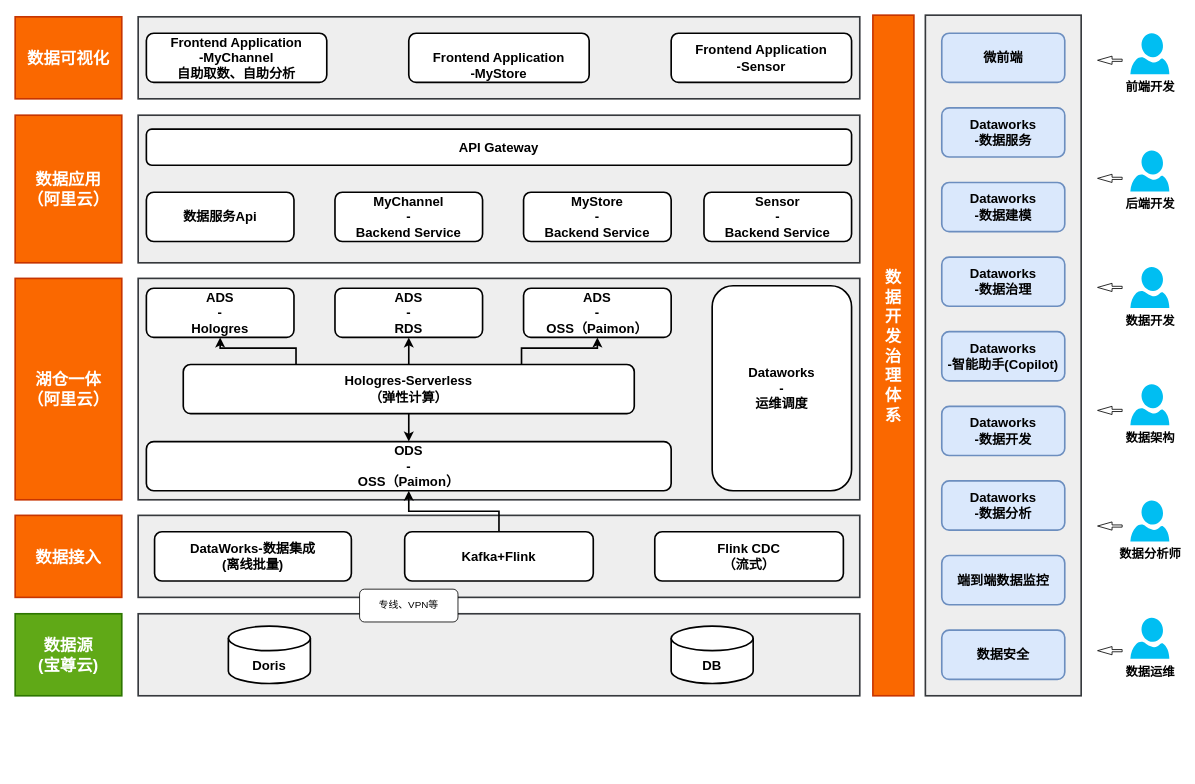
jackie-thank/beego-authz keeps this draw.io diagram as page "第 13 页" (13 of 13) of indicator-platform.drawio. Above is the earlier version. Source tidied: cells renumbered, new cells numbered last; positions are measured from the earlier drawing's top-left corner, leaving out a move shared by most shapes. Both pictures are drawn from the tidied source at 82%, with x=0, y=0 at pixel (15, 15).
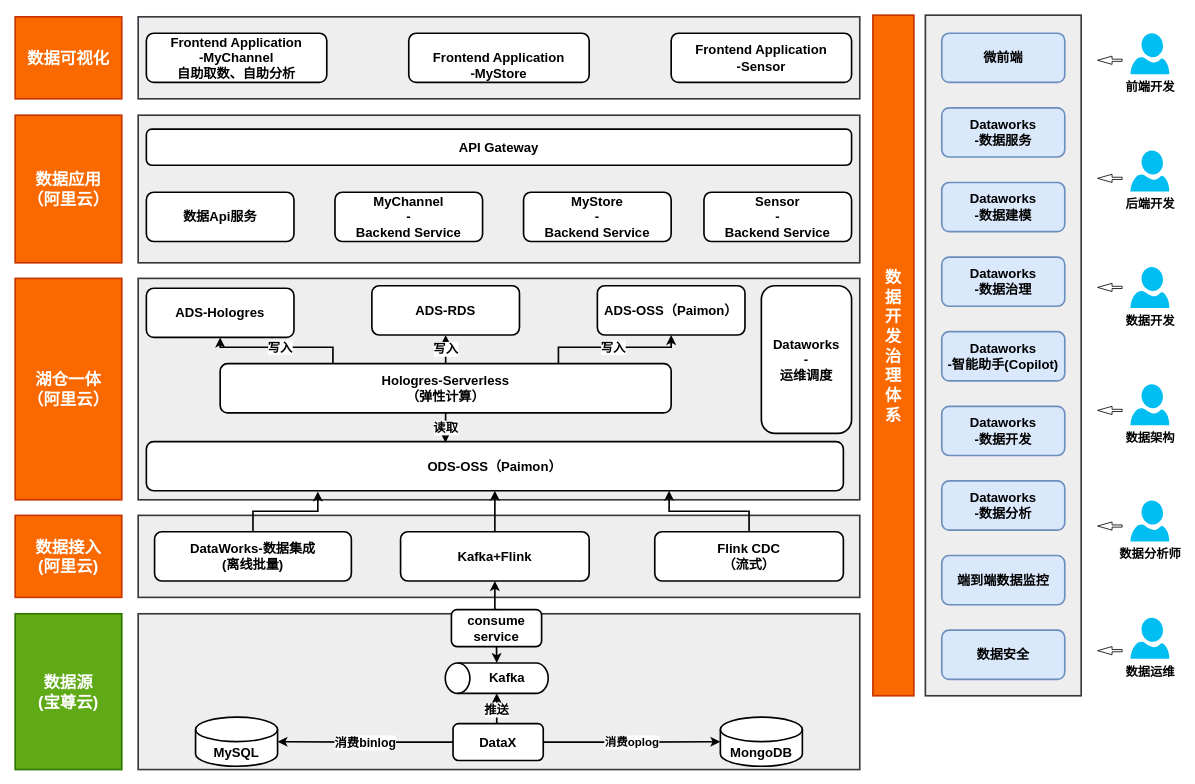
Above is the later version.

The change refers to these unchanged cells:
```xml
<mxCell id="25" value="&lt;div&gt;Flink CDC&lt;/div&gt;&lt;div&gt;（流式）&lt;br&gt;&lt;/div&gt;" style="rounded=1;whiteSpace=wrap;html=1;strokeWidth=2;fontSize=16;fontStyle=1;" parent="1" vertex="1">
  <mxGeometry x="780" y="630" width="230" height="60" as="geometry" />
</mxCell>
<mxCell id="27" value="&lt;div&gt;DataWorks-数据集成&lt;/div&gt;&lt;div&gt;(离线批量)&lt;br&gt;&lt;/div&gt;" style="rounded=1;whiteSpace=wrap;html=1;strokeWidth=2;fontSize=16;fontStyle=1;" parent="1" vertex="1">
  <mxGeometry x="170" y="630" width="240" height="60" as="geometry" />
</mxCell>
```

The edit, as a diff of the source:
```diff
@@
     <mxCell id="4" style="rounded=0;whiteSpace=wrap;html=1;strokeWidth=2;fillColor=#eeeeee;strokeColor=#36393d;" parent="1" vertex="1">
-      <mxGeometry x="150" y="730" width="880" height="100" as="geometry" />
+      <mxGeometry x="150" y="730" width="880" height="190" as="geometry" />
     </mxCell>
@@
-    <mxCell id="6" value="&lt;div&gt;ODS&lt;/div&gt;&lt;div&gt;-&lt;/div&gt;&lt;div&gt;OSS（Paimon）&lt;/div&gt;" style="rounded=1;whiteSpace=wrap;html=1;strokeWidth=2;fontSize=16;fontStyle=1;" parent="1" vertex="1">
-      <mxGeometry x="160" y="520" width="640" height="60" as="geometry" />
+    <mxCell id="6" value="&lt;div&gt;ODS-OSS（Paimon）&lt;/div&gt;" style="rounded=1;whiteSpace=wrap;html=1;strokeWidth=2;fontSize=16;fontStyle=1;" parent="1" vertex="1">
+      <mxGeometry x="160" y="520" width="850" height="60" as="geometry" />
     </mxCell>
-    <mxCell id="7" value="&lt;div&gt;ADS&lt;/div&gt;&lt;div&gt;-&lt;/div&gt;&lt;div&gt;RDS&lt;br&gt;&lt;/div&gt;" style="rounded=1;whiteSpace=wrap;html=1;strokeWidth=2;fontSize=16;fontStyle=1;" parent="1" vertex="1">
-      <mxGeometry x="390" y="333" width="180" height="60" as="geometry" />
+    <mxCell id="7" value="&lt;div&gt;ADS-RDS&lt;br&gt;&lt;/div&gt;" style="rounded=1;whiteSpace=wrap;html=1;strokeWidth=2;fontSize=16;fontStyle=1;" parent="1" vertex="1">
+      <mxGeometry x="435" y="330" width="180" height="60" as="geometry" />
     </mxCell>
     <mxCell id="8" value="&lt;div&gt;Dataworks&lt;/div&gt;&lt;div&gt;-&lt;/div&gt;&lt;div&gt;运维调度&lt;/div&gt;" style="rounded=1;whiteSpace=wrap;html=1;strokeWidth=2;fontSize=16;fontStyle=1;" parent="1" vertex="1">
-      <mxGeometry x="850" y="330" width="170" height="250" as="geometry" />
+      <mxGeometry x="910" y="330" width="110" height="180" as="geometry" />
     </mxCell>
     <mxCell id="9" value="&lt;div style=&quot;font-size: 20px;&quot;&gt;数据源&lt;/div&gt;&lt;div style=&quot;font-size: 20px;&quot;&gt;(宝尊云)&lt;br style=&quot;font-size: 20px;&quot;&gt;&lt;/div&gt;" style="rounded=0;whiteSpace=wrap;html=1;strokeWidth=2;fontStyle=1;fontSize=20;fillColor=#60a917;fontColor=#ffffff;strokeColor=#2D7600;" parent="1" vertex="1">
-      <mxGeometry y="730" width="130" height="100" as="geometry" />
+      <mxGeometry y="730" width="130" height="190" as="geometry" />
     </mxCell>
-    <mxCell id="10" value="&lt;div style=&quot;font-size: 20px;&quot;&gt;数据接入&lt;/div&gt;" style="rounded=0;whiteSpace=wrap;html=1;strokeWidth=2;fontStyle=1;fontSize=20;fillColor=#fa6800;fontColor=#FFFFFF;strokeColor=#C73500;" parent="1" vertex="1">
+    <mxCell id="10" value="&lt;div style=&quot;font-size: 20px;&quot;&gt;数据接入&lt;/div&gt;&lt;div style=&quot;font-size: 20px;&quot;&gt;(阿里云)&lt;br&gt;&lt;/div&gt;" style="rounded=0;whiteSpace=wrap;html=1;strokeWidth=2;fontStyle=1;fontSize=20;fillColor=#fa6800;fontColor=#FFFFFF;strokeColor=#C73500;" parent="1" vertex="1">
       <mxGeometry y="610" width="130" height="100" as="geometry" />
     </mxCell>
@@
-    <mxCell id="16" value="&lt;div&gt;数据服务Api&lt;/div&gt;" style="rounded=1;whiteSpace=wrap;html=1;strokeWidth=2;fontSize=16;fontStyle=1;flipH=0;" parent="1" vertex="1">
+    <mxCell id="16" value="&lt;div&gt;数据Api服务&lt;/div&gt;" style="rounded=1;whiteSpace=wrap;html=1;strokeWidth=2;fontSize=16;fontStyle=1;flipH=0;" parent="1" vertex="1">
       <mxGeometry x="160" y="216" width="180" height="60" as="geometry" />
     </mxCell>
@@
-    <mxCell id="18" value="Doris" style="shape=cylinder3;whiteSpace=wrap;html=1;boundedLbl=1;backgroundOutline=1;size=15;fontSize=16;fontStyle=1;strokeWidth=2;" parent="1" vertex="1">
-      <mxGeometry x="260" y="745" width="100" height="70" as="geometry" />
-    </mxCell>
@@
+    <mxCell id="60" style="edgeStyle=orthogonalEdgeStyle;rounded=0;jettySize=auto;html=1;exitX=0.5;exitY=0;exitDx=0;exitDy=0;entryX=0.75;entryY=1;entryDx=0;entryDy=0;strokeWidth=2;" parent="1" edge="1" source="25" target="6">
+      <mxGeometry relative="1" as="geometry" />
+    </mxCell>
@@
-    <mxCell id="26" value="DB" style="shape=cylinder3;whiteSpace=wrap;html=1;boundedLbl=1;backgroundOutline=1;size=15;fontSize=16;fontStyle=1;strokeWidth=2;" parent="1" vertex="1">
-      <mxGeometry x="800" y="745" width="100" height="70" as="geometry" />
-    </mxCell>
@@
-    <mxCell id="28" value="&lt;div&gt;ADS&lt;/div&gt;&lt;div&gt;-&lt;/div&gt;&lt;div&gt;Hologres&lt;/div&gt;" style="rounded=1;whiteSpace=wrap;html=1;strokeWidth=2;fontSize=16;fontStyle=1;" parent="1" vertex="1">
+    <mxCell id="28" value="&lt;div&gt;ADS-Hologres&lt;/div&gt;" style="rounded=1;whiteSpace=wrap;html=1;strokeWidth=2;fontSize=16;fontStyle=1;" parent="1" vertex="1">
       <mxGeometry x="160" y="333" width="180" height="60" as="geometry" />
     </mxCell>
-    <mxCell id="29" value="&lt;div&gt;ADS&lt;/div&gt;&lt;div&gt;-&lt;/div&gt;&lt;div&gt;OSS（Paimon）&lt;/div&gt;" style="rounded=1;whiteSpace=wrap;html=1;strokeWidth=2;fontSize=16;fontStyle=1;" parent="1" vertex="1">
-      <mxGeometry x="620" y="333" width="180" height="60" as="geometry" />
+    <mxCell id="29" value="&lt;div&gt;ADS-OSS（Paimon）&lt;/div&gt;" style="rounded=1;whiteSpace=wrap;html=1;strokeWidth=2;fontSize=16;fontStyle=1;" parent="1" vertex="1">
+      <mxGeometry x="710" y="330" width="180" height="60" as="geometry" />
     </mxCell>
@@
-    <mxCell id="34" value="Kafka+Flink" style="rounded=1;whiteSpace=wrap;html=1;strokeWidth=2;fontSize=16;fontStyle=1;" parent="1" vertex="1">
-      <mxGeometry x="475" y="630" width="230" height="60" as="geometry" />
+    <mxCell id="34" value="&lt;div&gt;Kafka+Flink&lt;/div&gt;" style="rounded=1;whiteSpace=wrap;html=1;strokeWidth=2;fontSize=16;fontStyle=1;" parent="1" vertex="1">
+      <mxGeometry x="470" y="630" width="230" height="60" as="geometry" />
     </mxCell>
@@
-    <mxCell id="45" style="edgeStyle=orthogonalEdgeStyle;rounded=0;jettySize=auto;html=1;exitX=0.5;exitY=1;exitDx=0;exitDy=0;fontSize=15;fontStyle=1;strokeWidth=2;" parent="1" edge="1" source="49" target="6">
+    <mxCell id="45" value="读取" style="edgeStyle=orthogonalEdgeStyle;rounded=0;jettySize=auto;html=1;exitX=0.5;exitY=1;exitDx=0;exitDy=0;fontSize=15;fontStyle=1;strokeWidth=2;entryX=0.429;entryY=0.025;entryDx=0;entryDy=0;entryPerimeter=0;" parent="1" edge="1" source="49" target="6">
       <mxGeometry relative="1" as="geometry" />
     </mxCell>
-    <mxCell id="46" style="edgeStyle=orthogonalEdgeStyle;rounded=0;jettySize=auto;html=1;exitX=0.25;exitY=0;exitDx=0;exitDy=0;entryX=0.5;entryY=1;entryDx=0;entryDy=0;fontSize=15;fontStyle=1;strokeWidth=2;" parent="1" edge="1" source="49" target="28">
+    <mxCell id="46" value="写入" style="edgeStyle=orthogonalEdgeStyle;rounded=0;jettySize=auto;html=1;exitX=0.25;exitY=0;exitDx=0;exitDy=0;entryX=0.5;entryY=1;entryDx=0;entryDy=0;fontSize=15;fontStyle=1;strokeWidth=2;" parent="1" edge="1" source="49" target="28">
       <mxGeometry relative="1" as="geometry" />
     </mxCell>
-    <mxCell id="47" style="edgeStyle=orthogonalEdgeStyle;rounded=0;jettySize=auto;html=1;exitX=0.5;exitY=0;exitDx=0;exitDy=0;entryX=0.5;entryY=1;entryDx=0;entryDy=0;fontSize=15;fontStyle=1;strokeWidth=2;" parent="1" edge="1" source="49" target="7">
+    <mxCell id="47" value="写入" style="edgeStyle=orthogonalEdgeStyle;rounded=0;jettySize=auto;html=1;exitX=0.5;exitY=0;exitDx=0;exitDy=0;entryX=0.5;entryY=1;entryDx=0;entryDy=0;fontSize=15;fontStyle=1;strokeWidth=2;" parent="1" edge="1" source="49" target="7">
       <mxGeometry relative="1" as="geometry" />
     </mxCell>
-    <mxCell id="48" style="edgeStyle=orthogonalEdgeStyle;rounded=0;jettySize=auto;html=1;exitX=0.75;exitY=0;exitDx=0;exitDy=0;entryX=0.5;entryY=1;entryDx=0;entryDy=0;fontSize=15;fontStyle=1;strokeWidth=2;" parent="1" edge="1" source="49" target="29">
+    <mxCell id="48" value="写入" style="edgeStyle=orthogonalEdgeStyle;rounded=0;jettySize=auto;html=1;exitX=0.75;exitY=0;exitDx=0;exitDy=0;entryX=0.5;entryY=1;entryDx=0;entryDy=0;fontSize=15;fontStyle=1;strokeWidth=2;" parent="1" edge="1" source="49" target="29">
       <mxGeometry relative="1" as="geometry" />
     </mxCell>
     <mxCell id="49" value="&lt;div&gt;Hologres-Serverless&lt;/div&gt;&lt;div&gt;（弹性计算）&lt;/div&gt;" style="rounded=1;whiteSpace=wrap;html=1;strokeWidth=2;fontSize=16;fontStyle=1;" parent="1" vertex="1">
-      <mxGeometry x="205" y="426" width="550" height="60" as="geometry" />
+      <mxGeometry x="250" y="425" width="550" height="60" as="geometry" />
     </mxCell>
@@
-    <mxCell id="58" value="专线、VPN等" style="rounded=1;whiteSpace=wrap;html=1;" parent="1" vertex="1">
-      <mxGeometry x="420" y="700" width="120" height="40" as="geometry" />
-    </mxCell>
@@
+    <mxCell id="61" value="消费oplog" style="edgeStyle=orthogonalEdgeStyle;rounded=0;jettySize=auto;html=1;exitX=1;exitY=0.5;exitDx=0;exitDy=0;strokeWidth=2;fontSize=14;fontStyle=1;entryX=0;entryY=0.5;entryDx=0;entryDy=0;entryPerimeter=0;" parent="1" edge="1" source="64" target="67">
+      <mxGeometry relative="1" as="geometry" />
+    </mxCell>
+    <mxCell id="62" value="推送" style="edgeStyle=orthogonalEdgeStyle;rounded=0;jettySize=auto;html=1;exitX=0.5;exitY=0;exitDx=0;exitDy=0;strokeWidth=2;fontSize=15;fontStyle=1;entryX=0;entryY=0.5;entryDx=0;entryDy=0;entryPerimeter=0;" parent="1" edge="1" source="64" target="68">
+      <mxGeometry relative="1" as="geometry" />
+    </mxCell>
+    <mxCell id="63" value="消费binlog" style="edgeStyle=orthogonalEdgeStyle;rounded=0;jettySize=auto;html=1;exitX=0;exitY=0.5;exitDx=0;exitDy=0;strokeWidth=2;fontSize=15;fontStyle=1;entryX=1;entryY=0.5;entryDx=0;entryDy=0;entryPerimeter=0;" parent="1" edge="1" source="64" target="66">
+      <mxGeometry relative="1" as="geometry" />
+    </mxCell>
+    <mxCell id="64" value="DataX" style="rounded=1;whiteSpace=wrap;html=1;strokeWidth=2;fontSize=16;fontStyle=1;" parent="1" vertex="1">
+      <mxGeometry x="534" y="864" width="110" height="45" as="geometry" />
+    </mxCell>
+    <mxCell id="65" style="edgeStyle=orthogonalEdgeStyle;rounded=0;jettySize=auto;html=1;exitX=0.5;exitY=0;exitDx=0;exitDy=0;entryX=0.246;entryY=1.016;entryDx=0;entryDy=0;entryPerimeter=0;strokeWidth=2;" parent="1" edge="1" source="27" target="6">
+      <mxGeometry relative="1" as="geometry" />
+    </mxCell>
+    <mxCell id="66" value="MySQL" style="shape=cylinder3;whiteSpace=wrap;html=1;boundedLbl=1;backgroundOutline=1;size=15;fontSize=16;fontStyle=1;strokeWidth=2;" parent="1" vertex="1">
+      <mxGeometry x="220" y="856" width="100" height="60" as="geometry" />
+    </mxCell>
+    <mxCell id="67" value="MongoDB" style="shape=cylinder3;whiteSpace=wrap;html=1;boundedLbl=1;backgroundOutline=1;size=15;fontSize=16;fontStyle=1;strokeWidth=2;" parent="1" vertex="1">
+      <mxGeometry x="860" y="856" width="100" height="60" as="geometry" />
+    </mxCell>
+    <mxCell id="68" style="shape=cylinder3;whiteSpace=wrap;html=1;boundedLbl=1;backgroundOutline=1;size=15;fontSize=16;fontStyle=1;strokeWidth=2;rotation=-90;" parent="1" vertex="1">
+      <mxGeometry x="568.8" y="745.8" width="37" height="125.5" as="geometry" />
+    </mxCell>
+    <mxCell id="69" value="Kafka" style="text;html=1;align=center;verticalAlign=middle;whiteSpace=wrap;rounded=0;fontSize=16;fontStyle=1;" parent="1" vertex="1">
+      <mxGeometry x="559" y="801" width="82" height="14.5" as="geometry" />
+    </mxCell>
+    <mxCell id="70" style="edgeStyle=orthogonalEdgeStyle;rounded=0;jettySize=auto;html=1;exitX=0.5;exitY=1;exitDx=0;exitDy=0;entryX=1;entryY=0.5;entryDx=0;entryDy=0;entryPerimeter=0;strokeWidth=2;" parent="1" edge="1" source="72" target="68">
+      <mxGeometry relative="1" as="geometry" />
+    </mxCell>
+    <mxCell id="71" style="edgeStyle=orthogonalEdgeStyle;rounded=0;jettySize=auto;html=1;exitX=0.5;exitY=0;exitDx=0;exitDy=0;entryX=0.5;entryY=1;entryDx=0;entryDy=0;strokeWidth=2;" parent="1" edge="1" source="72" target="34">
+      <mxGeometry relative="1" as="geometry" />
+    </mxCell>
+    <mxCell id="72" value="&lt;div&gt;consume&lt;/div&gt;&lt;div&gt;service&lt;br&gt;&lt;/div&gt;" style="rounded=1;whiteSpace=wrap;html=1;strokeWidth=2;fontSize=16;fontStyle=1;" parent="1" vertex="1">
+      <mxGeometry x="532" y="725" width="110" height="45" as="geometry" />
+    </mxCell>
```
